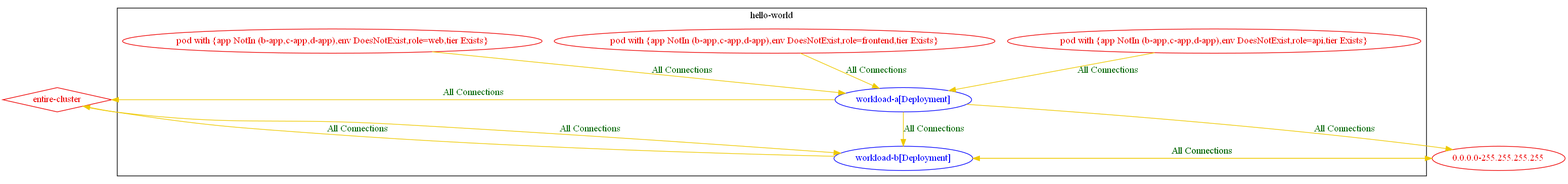
Before: test_outputs/connlist/exposure_test_exposure_rule_with_multiple_match_expressions_connlist_output.dot.png, a diagram exported from Graphviz (np-guard/netpol-analyzer). Its source is kept beside it as test_outputs/connlist/exposure_test_exposure_rule_with_multiple_match_expressions_connlist_output.dot. The source it was exported from:
```dot
digraph {
	subgraph "cluster_hello_world" {
		color="black"
		fontcolor="black"
		"hello-world/workload-a[Deployment]" [label="workload-a[Deployment]" color="blue" fontcolor="blue"]
		"hello-world/workload-b[Deployment]" [label="workload-b[Deployment]" color="blue" fontcolor="blue"]
		"pod with {app NotIn (b-app,c-app,d-app),env DoesNotExist,role=api,tier Exists}_in_hello-world" [label="pod with {app NotIn (b-app,c-app,d-app),env DoesNotExist,role=api,tier Exists}" color="red2" fontcolor="red2"]
		"pod with {app NotIn (b-app,c-app,d-app),env DoesNotExist,role=frontend,tier Exists}_in_hello-world" [label="pod with {app NotIn (b-app,c-app,d-app),env DoesNotExist,role=frontend,tier Exists}" color="red2" fontcolor="red2"]
		"pod with {app NotIn (b-app,c-app,d-app),env DoesNotExist,role=web,tier Exists}_in_hello-world" [label="pod with {app NotIn (b-app,c-app,d-app),env DoesNotExist,role=web,tier Exists}" color="red2" fontcolor="red2"]
		label="hello-world"
	}
	"0.0.0.0-255.255.255.255" [label="0.0.0.0-255.255.255.255" color="red2" fontcolor="red2"]
	"entire-cluster" [label="entire-cluster" color="red2" fontcolor="red2" shape=diamond]
	"0.0.0.0-255.255.255.255" -> "hello-world/workload-b[Deployment]" [label="All Connections" color="gold2" fontcolor="darkgreen"]
	"entire-cluster" -> "hello-world/workload-b[Deployment]" [label="All Connections" color="gold2" fontcolor="darkgreen" weight=1]
	"hello-world/workload-a[Deployment]" -> "0.0.0.0-255.255.255.255" [label="All Connections" color="gold2" fontcolor="darkgreen"]
	"hello-world/workload-a[Deployment]" -> "entire-cluster" [label="All Connections" color="gold2" fontcolor="darkgreen" weight=0.5]
	"hello-world/workload-a[Deployment]" -> "hello-world/workload-b[Deployment]" [label="All Connections" color="gold2" fontcolor="darkgreen"]
	"hello-world/workload-b[Deployment]" -> "0.0.0.0-255.255.255.255" [label="All Connections" color="gold2" fontcolor="darkgreen"]
	"hello-world/workload-b[Deployment]" -> "entire-cluster" [label="All Connections" color="gold2" fontcolor="darkgreen" weight=0.5]
	"pod with {app NotIn (b-app,c-app,d-app),env DoesNotExist,role=api,tier Exists}_in_hello-world" -> "hello-world/workload-a[Deployment]" [label="All Connections" color="gold2" fontcolor="darkgreen" weight=1]
	"pod with {app NotIn (b-app,c-app,d-app),env DoesNotExist,role=frontend,tier Exists}_in_hello-world" -> "hello-world/workload-a[Deployment]" [label="All Connections" color="gold2" fontcolor="darkgreen" weight=1]
	"pod with {app NotIn (b-app,c-app,d-app),env DoesNotExist,role=web,tier Exists}_in_hello-world" -> "hello-world/workload-a[Deployment]" [label="All Connections" color="gold2" fontcolor="darkgreen" weight=1]
}
```
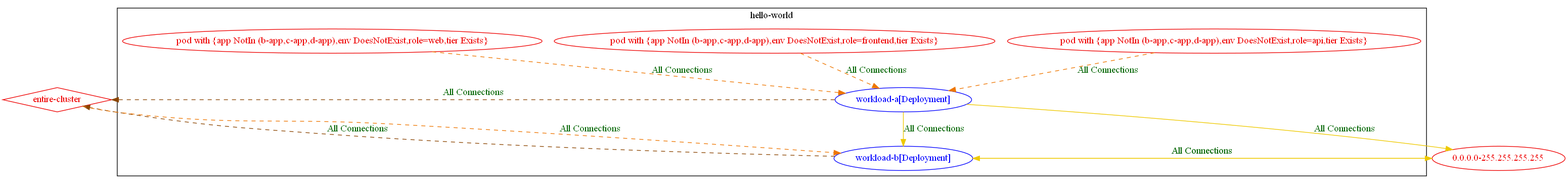
The same diagram one commit later.

The edit, as a diff of the source:
```diff
@@ -12,13 +12,13 @@
 	"0.0.0.0-255.255.255.255" [label="0.0.0.0-255.255.255.255" color="red2" fontcolor="red2"]
 	"entire-cluster" [label="entire-cluster" color="red2" fontcolor="red2" shape=diamond]
 	"0.0.0.0-255.255.255.255" -> "hello-world/workload-b[Deployment]" [label="All Connections" color="gold2" fontcolor="darkgreen"]
-	"entire-cluster" -> "hello-world/workload-b[Deployment]" [label="All Connections" color="gold2" fontcolor="darkgreen" weight=1]
+	"entire-cluster" -> "hello-world/workload-b[Deployment]" [label="All Connections" color="darkorange2" fontcolor="darkgreen" weight=1 style=dashed]
 	"hello-world/workload-a[Deployment]" -> "0.0.0.0-255.255.255.255" [label="All Connections" color="gold2" fontcolor="darkgreen"]
-	"hello-world/workload-a[Deployment]" -> "entire-cluster" [label="All Connections" color="gold2" fontcolor="darkgreen" weight=0.5]
+	"hello-world/workload-a[Deployment]" -> "entire-cluster" [label="All Connections" color="darkorange4" fontcolor="darkgreen" weight=0.5 style=dashed]
 	"hello-world/workload-a[Deployment]" -> "hello-world/workload-b[Deployment]" [label="All Connections" color="gold2" fontcolor="darkgreen"]
 	"hello-world/workload-b[Deployment]" -> "0.0.0.0-255.255.255.255" [label="All Connections" color="gold2" fontcolor="darkgreen"]
-	"hello-world/workload-b[Deployment]" -> "entire-cluster" [label="All Connections" color="gold2" fontcolor="darkgreen" weight=0.5]
-	"pod with {app NotIn (b-app,c-app,d-app),env DoesNotExist,role=api,tier Exists}_in_hello-world" -> "hello-world/workload-a[Deployment]" [label="All Connections" color="gold2" fontcolor="darkgreen" weight=1]
-	"pod with {app NotIn (b-app,c-app,d-app),env DoesNotExist,role=frontend,tier Exists}_in_hello-world" -> "hello-world/workload-a[Deployment]" [label="All Connections" color="gold2" fontcolor="darkgreen" weight=1]
-	"pod with {app NotIn (b-app,c-app,d-app),env DoesNotExist,role=web,tier Exists}_in_hello-world" -> "hello-world/workload-a[Deployment]" [label="All Connections" color="gold2" fontcolor="darkgreen" weight=1]
+	"hello-world/workload-b[Deployment]" -> "entire-cluster" [label="All Connections" color="darkorange4" fontcolor="darkgreen" weight=0.5 style=dashed]
+	"pod with {app NotIn (b-app,c-app,d-app),env DoesNotExist,role=api,tier Exists}_in_hello-world" -> "hello-world/workload-a[Deployment]" [label="All Connections" color="darkorange2" fontcolor="darkgreen" weight=1 style=dashed]
+	"pod with {app NotIn (b-app,c-app,d-app),env DoesNotExist,role=frontend,tier Exists}_in_hello-world" -> "hello-world/workload-a[Deployment]" [label="All Connections" color="darkorange2" fontcolor="darkgreen" weight=1 style=dashed]
+	"pod with {app NotIn (b-app,c-app,d-app),env DoesNotExist,role=web,tier Exists}_in_hello-world" -> "hello-world/workload-a[Deployment]" [label="All Connections" color="darkorange2" fontcolor="darkgreen" weight=1 style=dashed]
 }
```
